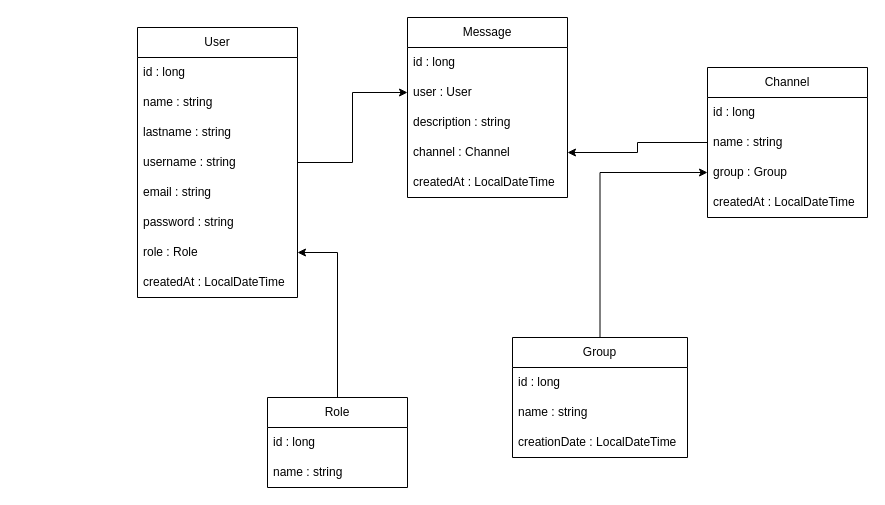
The draw.io diagram architecture.drawio in DanteDeLordran/TeamTalk-EnhancedEdition, before the edit. Source tidied: cells renumbered, new cells numbered last; positions are measured from the earlier drawing's top-left corner, leaving out a move shared by most shapes. Both pictures are drawn from the tidied source at 100%, with x=0, y=0 at pixel (137, 17).
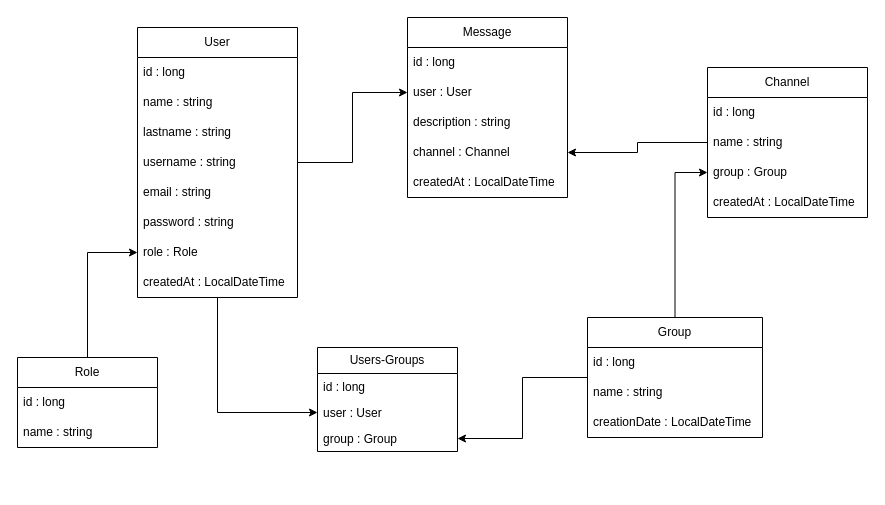
The same page after the edit.

Commit message (it also covers changes not shown here):
Relationship between User and Group

The change refers to these unchanged cells:
```xml
<mxCell id="3" value="User" style="swimlane;fontStyle=0;horizontal=1;startSize=30;whiteSpace=wrap;html=1;" parent="1" vertex="1">
  <mxGeometry y="10" width="160" height="270" as="geometry" />
</mxCell>
```

Change to the diagram source:
```diff
@@
+    <mxCell id="33" style="edgeStyle=orthogonalEdgeStyle;rounded=0;jettySize=auto;html=1;" parent="1" edge="1" source="3" target="37">
+      <mxGeometry relative="1" as="geometry" />
+    </mxCell>
@@
     <mxCell id="13" value="Role" style="swimlane;fontStyle=0;horizontal=1;startSize=30;whiteSpace=wrap;html=1;" parent="1" vertex="1">
-      <mxGeometry x="130" y="380" width="140" height="90" as="geometry" />
+      <mxGeometry x="-120" y="340" width="140" height="90" as="geometry" />
     </mxCell>
@@
+    <mxCell id="34" style="edgeStyle=orthogonalEdgeStyle;rounded=0;jettySize=auto;html=1;" parent="1" edge="1" source="23" target="38">
+      <mxGeometry relative="1" as="geometry" />
+    </mxCell>
     <mxCell id="23" value="Group" style="swimlane;fontStyle=0;horizontal=1;startSize=30;whiteSpace=wrap;html=1;" parent="1" vertex="1">
-      <mxGeometry x="375" y="320" width="175" height="120" as="geometry" />
+      <mxGeometry x="450" y="300" width="175" height="120" as="geometry" />
     </mxCell>
@@
+    <mxCell id="35" value="Users-Groups" style="swimlane;fontStyle=0;horizontal=1;startSize=26;fillColor=none;whiteSpace=wrap;html=1;" parent="1" vertex="1">
+      <mxGeometry x="180" y="330" width="140" height="104" as="geometry" />
+    </mxCell>
+    <mxCell id="36" value="id : long" style="text;strokeColor=none;fillColor=none;align=left;verticalAlign=top;spacingLeft=4;spacingRight=4;overflow=hidden;whiteSpace=wrap;html=1;" parent="35" vertex="1">
+      <mxGeometry y="26" width="140" height="26" as="geometry" />
+    </mxCell>
+    <mxCell id="37" value="user : User" style="text;strokeColor=none;fillColor=none;align=left;verticalAlign=top;spacingLeft=4;spacingRight=4;overflow=hidden;points=[[0,0.5],[1,0.5]];portConstraint=eastwest;whiteSpace=wrap;html=1;" parent="35" vertex="1">
+      <mxGeometry y="52" width="140" height="26" as="geometry" />
+    </mxCell>
+    <mxCell id="38" value="group : Group" style="text;strokeColor=none;fillColor=none;align=left;verticalAlign=top;spacingLeft=4;spacingRight=4;overflow=hidden;points=[[0,0.5],[1,0.5]];portConstraint=eastwest;whiteSpace=wrap;html=1;" parent="35" vertex="1">
+      <mxGeometry y="78" width="140" height="26" as="geometry" />
+    </mxCell>
```
